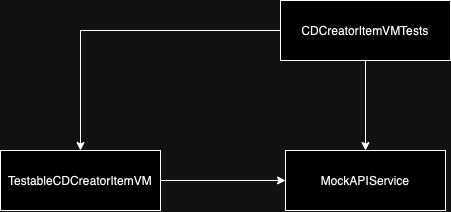
Above: MarvelSampleTests/Tests/ComicDetail/CDCreatorItemVM/CDCreatorItemVMTests.drawio.png in hiren9697/MavelSample (draw.io), before the change. Source tidied: cells renumbered, new cells last; positions are measured from the earlier drawing's top-left corner, leaving out a move shared by most shapes. Its diagram source:
```xml
<mxGraphModel>
  <root>
    <mxCell id="0" />
    <mxCell id="1" parent="0" />
    <mxCell id="2" style="edgeStyle=orthogonalEdgeStyle;rounded=0;jettySize=auto;html=1;entryX=0.5;entryY=0;entryDx=0;entryDy=0;" parent="1" edge="1" source="4" target="6">
      <mxGeometry relative="1" as="geometry" />
    </mxCell>
    <mxCell id="3" style="edgeStyle=orthogonalEdgeStyle;rounded=0;jettySize=auto;html=1;entryX=0.5;entryY=0;entryDx=0;entryDy=0;" parent="1" edge="1" source="4" target="7">
      <mxGeometry relative="1" as="geometry" />
    </mxCell>
    <mxCell id="4" value="CDCreatorItemVMTests" style="rounded=0;whiteSpace=wrap;html=1;" parent="1" vertex="1">
      <mxGeometry x="280" width="170" height="60" as="geometry" />
    </mxCell>
    <mxCell id="5" style="edgeStyle=orthogonalEdgeStyle;rounded=0;jettySize=auto;html=1;entryX=0;entryY=0.5;entryDx=0;entryDy=0;" parent="1" edge="1" source="6" target="7">
      <mxGeometry relative="1" as="geometry" />
    </mxCell>
    <mxCell id="6" value="TestableCDCreatorItemVM" style="rounded=0;whiteSpace=wrap;html=1;" parent="1" vertex="1">
      <mxGeometry y="150" width="160" height="60" as="geometry" />
    </mxCell>
    <mxCell id="7" value="MockAPIService" style="rounded=0;whiteSpace=wrap;html=1;" parent="1" vertex="1">
      <mxGeometry x="285" y="150" width="160" height="60" as="geometry" />
    </mxCell>
  </root>
</mxGraphModel>
```
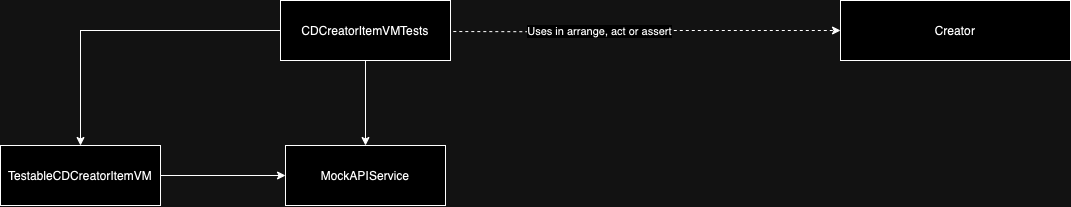
After the commit.

The edit, as a diff of the source:
```diff
@@ -2,6 +2,17 @@
   <root>
     <mxCell id="0" />
     <mxCell id="1" parent="0" />
+    <mxCell id="8" style="edgeStyle=orthogonalEdgeStyle;rounded=0;jettySize=auto;html=1;entryX=0;entryY=0.5;entryDx=0;entryDy=0;dashed=1;exitX=1.02;exitY=0.184;exitDx=0;exitDy=0;exitPerimeter=0;" parent="1" edge="1" target="10">
+      <mxGeometry relative="1" as="geometry">
+        <mxPoint x="452.8" y="36" as="sourcePoint" />
+      </mxGeometry>
+    </mxCell>
+    <mxCell id="9" value="Uses in arrange, act or assert" style="edgeLabel;html=1;align=center;verticalAlign=middle;" parent="8" vertex="1">
+      <mxGeometry x="-0.25" y="1" relative="1" as="geometry" />
+    </mxCell>
+    <mxCell id="10" value="Creator" style="rounded=0;whiteSpace=wrap;html=1;" parent="1" vertex="1">
+      <mxGeometry x="840" y="5" width="230" height="60" as="geometry" />
+    </mxCell>
     <mxCell id="2" style="edgeStyle=orthogonalEdgeStyle;rounded=0;jettySize=auto;html=1;entryX=0.5;entryY=0;entryDx=0;entryDy=0;" parent="1" edge="1" source="4" target="6">
       <mxGeometry relative="1" as="geometry" />
     </mxCell>
@@ -9,7 +20,7 @@
       <mxGeometry relative="1" as="geometry" />
     </mxCell>
     <mxCell id="4" value="CDCreatorItemVMTests" style="rounded=0;whiteSpace=wrap;html=1;" parent="1" vertex="1">
-      <mxGeometry x="280" width="170" height="60" as="geometry" />
+      <mxGeometry x="280" y="5" width="170" height="60" as="geometry" />
     </mxCell>
     <mxCell id="5" style="edgeStyle=orthogonalEdgeStyle;rounded=0;jettySize=auto;html=1;entryX=0;entryY=0.5;entryDx=0;entryDy=0;" parent="1" edge="1" source="6" target="7">
       <mxGeometry relative="1" as="geometry" />
```
